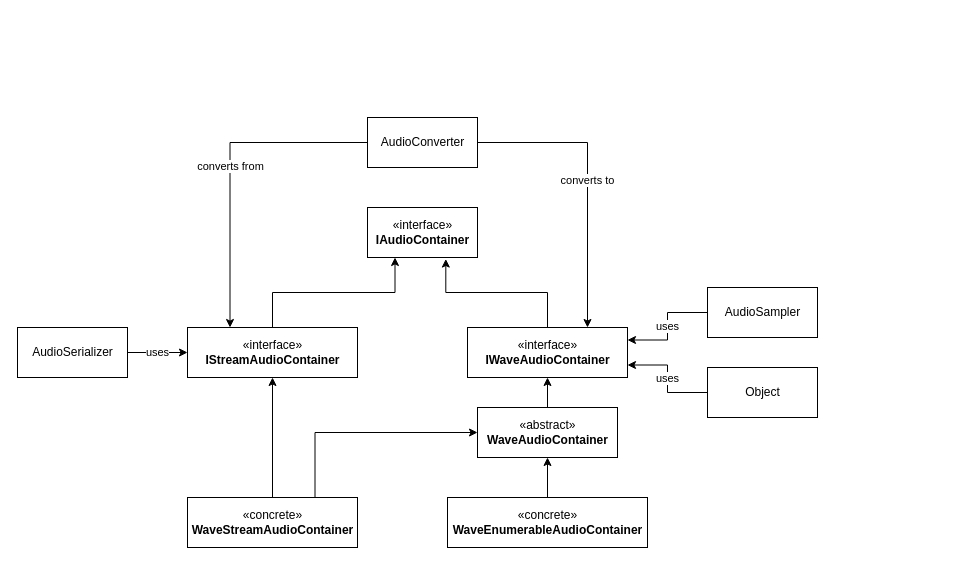
Before: resources/architecture.drawio in NtFreX/NtFreX.Audio, a draw.io diagram. Source tidied: cells renumbered, new cells numbered last; positions are measured from the earlier drawing's top-left corner, leaving out a move shared by most shapes. Both pictures are drawn from the tidied source at 100%, with x=0, y=0 at pixel (17, 117).
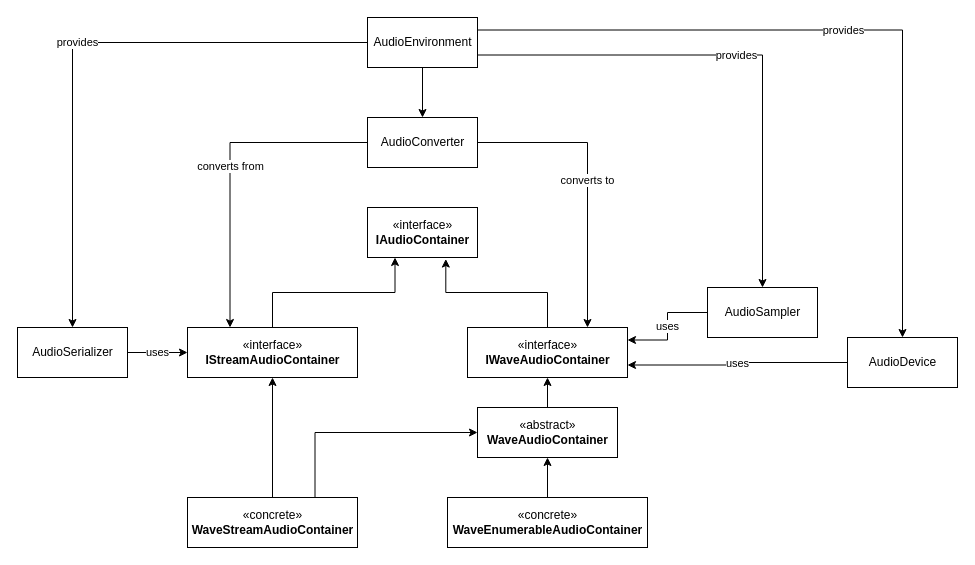
After the change.

Commit message (it also covers changes not shown here):
update architecture visuals

The change refers to these unchanged cells:
```xml
<mxCell id="14" value="AudioSampler" style="html=1;" parent="1" vertex="1">
  <mxGeometry x="690" y="170" width="110" height="50" as="geometry" />
</mxCell>
<mxCell id="16" value="AudioSerializer" style="html=1;" parent="1" vertex="1">
  <mxGeometry y="210" width="110" height="50" as="geometry" />
</mxCell>
<mxCell id="19" value="AudioConverter" style="html=1;" parent="1" vertex="1">
  <mxGeometry x="350" width="110" height="50" as="geometry" />
</mxCell>
```

Diff of the diagram source:
```diff
@@
-    <mxCell id="22" value="Object" style="html=1;" parent="1" vertex="1">
-      <mxGeometry x="690" y="250" width="110" height="50" as="geometry" />
+    <mxCell id="22" value="AudioDevice" style="html=1;" parent="1" vertex="1">
+      <mxGeometry x="830" y="220" width="110" height="50" as="geometry" />
     </mxCell>
+    <mxCell id="23" value="provides" style="edgeStyle=orthogonalEdgeStyle;rounded=0;jettySize=auto;html=1;entryX=0.5;entryY=0;entryDx=0;entryDy=0;" parent="1" edge="1" source="27" target="16">
+      <mxGeometry relative="1" as="geometry" />
+    </mxCell>
+    <mxCell id="24" style="edgeStyle=orthogonalEdgeStyle;rounded=0;jettySize=auto;html=1;" parent="1" edge="1" source="27" target="19">
+      <mxGeometry relative="1" as="geometry" />
+    </mxCell>
+    <mxCell id="25" value="provides" style="edgeStyle=orthogonalEdgeStyle;rounded=0;jettySize=auto;html=1;entryX=0.5;entryY=0;entryDx=0;entryDy=0;exitX=1;exitY=0.75;exitDx=0;exitDy=0;" parent="1" edge="1" source="27" target="14">
+      <mxGeometry relative="1" as="geometry" />
+    </mxCell>
+    <mxCell id="26" value="provides" style="edgeStyle=orthogonalEdgeStyle;rounded=0;jettySize=auto;html=1;exitX=1;exitY=0.25;exitDx=0;exitDy=0;entryX=0.5;entryY=0;entryDx=0;entryDy=0;" parent="1" edge="1" source="27" target="22">
+      <mxGeometry relative="1" as="geometry" />
+    </mxCell>
+    <mxCell id="27" value="AudioEnvironment" style="html=1;" parent="1" vertex="1">
+      <mxGeometry x="350" y="-100" width="110" height="50" as="geometry" />
+    </mxCell>
```
